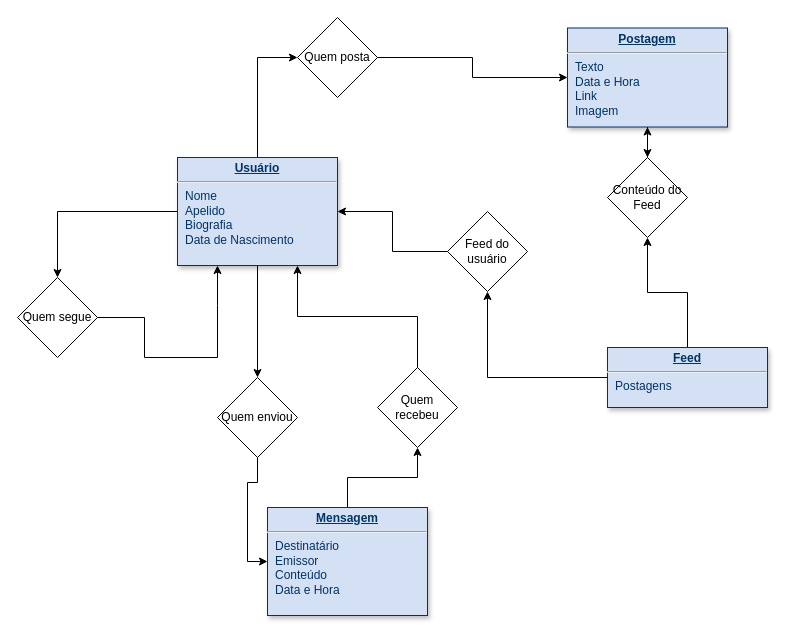
Before: Untitled Diagram.drawio in MalcoEletronics/Entrega3, a draw.io diagram. Source tidied: cells renumbered, new cells numbered last; positions are measured from the earlier drawing's top-left corner, leaving out a move shared by most shapes. Both pictures are drawn from the tidied source at 100%, with x=0, y=0 at pixel (17, 17).
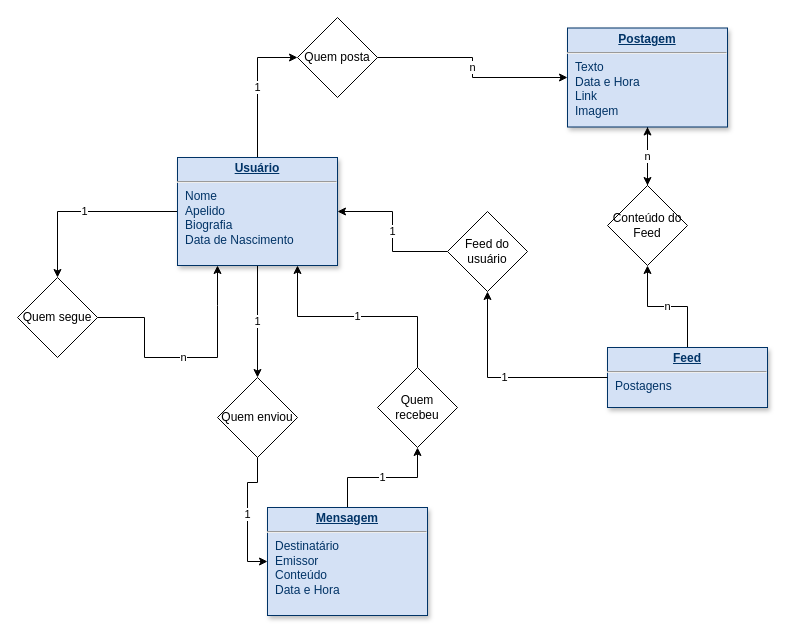
Above is the later version.

Unchanged cells that the change refers to:
```xml
<mxCell id="3" value="&lt;p style=&quot;margin: 0px ; margin-top: 4px ; text-align: center ; text-decoration: underline&quot;&gt;&lt;strong&gt;Postagem&lt;/strong&gt;&lt;/p&gt;&lt;hr&gt;&lt;p style=&quot;margin: 0px ; margin-left: 8px&quot;&gt;Texto&lt;/p&gt;&lt;p style=&quot;margin: 0px ; margin-left: 8px&quot;&gt;Data e Hora&lt;/p&gt;&lt;p style=&quot;margin: 0px ; margin-left: 8px&quot;&gt;Link&lt;/p&gt;&lt;p style=&quot;margin: 0px ; margin-left: 8px&quot;&gt;Imagem&lt;/p&gt;" style="verticalAlign=top;align=left;overflow=fill;fontSize=12;fontFamily=Helvetica;html=1;strokeColor=#003366;shadow=1;fillColor=#D4E1F5;fontColor=#003366;" parent="1" vertex="1">
  <mxGeometry x="550" y="10.5" width="160" height="99" as="geometry" />
</mxCell>
<mxCell id="7" value="&lt;p style=&quot;margin: 0px ; margin-top: 4px ; text-align: center ; text-decoration: underline&quot;&gt;&lt;strong&gt;Usuário&lt;/strong&gt;&lt;/p&gt;&lt;hr&gt;&lt;p style=&quot;margin: 0px ; margin-left: 8px&quot;&gt;Nome&lt;/p&gt;&lt;p style=&quot;margin: 0px ; margin-left: 8px&quot;&gt;Apelido&lt;/p&gt;&lt;p style=&quot;margin: 0px ; margin-left: 8px&quot;&gt;Biografia&lt;/p&gt;&lt;p style=&quot;margin: 0px ; margin-left: 8px&quot;&gt;Data de Nascimento&lt;/p&gt;" style="verticalAlign=top;align=left;overflow=fill;fontSize=12;fontFamily=Helvetica;html=1;strokeColor=#003366;shadow=1;fillColor=#D4E1F5;fontColor=#003366;" parent="1" vertex="1">
  <mxGeometry x="160" y="140" width="160" height="108" as="geometry" />
</mxCell>
<mxCell id="9" value="Quem posta" style="rhombus;whiteSpace=wrap;html=1;" parent="1" vertex="1">
  <mxGeometry x="280" width="80" height="80" as="geometry" />
</mxCell>
<mxCell id="11" value="&lt;p style=&quot;margin: 0px ; margin-top: 4px ; text-align: center ; text-decoration: underline&quot;&gt;&lt;strong&gt;Feed&lt;/strong&gt;&lt;/p&gt;&lt;hr&gt;&lt;p style=&quot;margin: 0px ; margin-left: 8px&quot;&gt;Postagens&lt;/p&gt;" style="verticalAlign=top;align=left;overflow=fill;fontSize=12;fontFamily=Helvetica;html=1;strokeColor=#003366;shadow=1;fillColor=#D4E1F5;fontColor=#003366;" parent="1" vertex="1">
  <mxGeometry x="590" y="330" width="160" height="60" as="geometry" />
</mxCell>
<mxCell id="16" value="Feed do usuário" style="rhombus;whiteSpace=wrap;html=1;" parent="1" vertex="1">
  <mxGeometry x="430" y="194" width="80" height="80" as="geometry" />
</mxCell>
<mxCell id="18" value="Quem segue" style="rhombus;whiteSpace=wrap;html=1;" parent="1" vertex="1">
  <mxGeometry y="260" width="80" height="80" as="geometry" />
</mxCell>
<mxCell id="20" value="&lt;p style=&quot;margin: 0px ; margin-top: 4px ; text-align: center ; text-decoration: underline&quot;&gt;&lt;strong&gt;Mensagem&lt;/strong&gt;&lt;/p&gt;&lt;hr&gt;&lt;p style=&quot;margin: 0px ; margin-left: 8px&quot;&gt;Destinatário&lt;/p&gt;&lt;p style=&quot;margin: 0px ; margin-left: 8px&quot;&gt;Emissor&lt;/p&gt;&lt;p style=&quot;margin: 0px ; margin-left: 8px&quot;&gt;Conteúdo&lt;/p&gt;&lt;p style=&quot;margin: 0px ; margin-left: 8px&quot;&gt;Data e Hora&lt;/p&gt;" style="verticalAlign=top;align=left;overflow=fill;fontSize=12;fontFamily=Helvetica;html=1;strokeColor=#003366;shadow=1;fillColor=#D4E1F5;fontColor=#003366;" parent="1" vertex="1">
  <mxGeometry x="250" y="490" width="160" height="108" as="geometry" />
</mxCell>
<mxCell id="22" value="Quem enviou" style="rhombus;whiteSpace=wrap;html=1;" parent="1" vertex="1">
  <mxGeometry x="200" y="360" width="80" height="80" as="geometry" />
</mxCell>
<mxCell id="24" value="Quem recebeu" style="rhombus;whiteSpace=wrap;html=1;" parent="1" vertex="1">
  <mxGeometry x="360" y="350" width="80" height="80" as="geometry" />
</mxCell>
```

Diff of the diagram source:
```diff
@@
-    <mxCell id="4" style="edgeStyle=orthogonalEdgeStyle;rounded=0;jettySize=auto;html=1;entryX=0;entryY=0.5;entryDx=0;entryDy=0;" parent="1" edge="1" source="7" target="9">
+    <mxCell id="4" value="1" style="edgeStyle=orthogonalEdgeStyle;rounded=0;jettySize=auto;html=1;entryX=0;entryY=0.5;entryDx=0;entryDy=0;" parent="1" edge="1" source="7" target="9">
       <mxGeometry relative="1" as="geometry" />
     </mxCell>
-    <mxCell id="5" style="edgeStyle=orthogonalEdgeStyle;rounded=0;jettySize=auto;html=1;entryX=0.5;entryY=0;entryDx=0;entryDy=0;" parent="1" edge="1" source="7" target="18">
+    <mxCell id="5" value="1" style="edgeStyle=orthogonalEdgeStyle;rounded=0;jettySize=auto;html=1;entryX=0.5;entryY=0;entryDx=0;entryDy=0;" parent="1" edge="1" source="7" target="18">
       <mxGeometry relative="1" as="geometry" />
     </mxCell>
-    <mxCell id="6" style="edgeStyle=orthogonalEdgeStyle;rounded=0;jettySize=auto;html=1;entryX=0.5;entryY=0;entryDx=0;entryDy=0;" parent="1" edge="1" source="7" target="22">
+    <mxCell id="6" value="1" style="edgeStyle=orthogonalEdgeStyle;rounded=0;jettySize=auto;html=1;entryX=0.5;entryY=0;entryDx=0;entryDy=0;" parent="1" edge="1" source="7" target="22">
       <mxGeometry relative="1" as="geometry" />
     </mxCell>
@@
-    <mxCell id="8" style="edgeStyle=orthogonalEdgeStyle;rounded=0;jettySize=auto;html=1;exitX=1;exitY=0.5;exitDx=0;exitDy=0;entryX=0;entryY=0.5;entryDx=0;entryDy=0;" parent="1" edge="1" source="9" target="3">
+    <mxCell id="8" value="n" style="edgeStyle=orthogonalEdgeStyle;rounded=0;jettySize=auto;html=1;exitX=1;exitY=0.5;exitDx=0;exitDy=0;entryX=0;entryY=0.5;entryDx=0;entryDy=0;" parent="1" edge="1" source="9" target="3">
       <mxGeometry relative="1" as="geometry" />
     </mxCell>
@@
-    <mxCell id="10" style="edgeStyle=orthogonalEdgeStyle;rounded=0;jettySize=auto;html=1;entryX=0.5;entryY=1;entryDx=0;entryDy=0;" parent="1" edge="1" source="11" target="13">
+    <mxCell id="10" value="n" style="edgeStyle=orthogonalEdgeStyle;rounded=0;jettySize=auto;html=1;entryX=0.5;entryY=1;entryDx=0;entryDy=0;" parent="1" edge="1" source="11" target="13">
       <mxGeometry relative="1" as="geometry" />
     </mxCell>
@@
-    <mxCell id="12" style="edgeStyle=orthogonalEdgeStyle;rounded=0;jettySize=auto;html=1;entryX=0.5;entryY=1;entryDx=0;entryDy=0;" parent="1" edge="1" source="13" target="3">
+    <mxCell id="12" value="n" style="edgeStyle=orthogonalEdgeStyle;rounded=0;jettySize=auto;html=1;entryX=0.5;entryY=1;entryDx=0;entryDy=0;" parent="1" edge="1" source="13" target="3">
       <mxGeometry relative="1" as="geometry" />
     </mxCell>
     <mxCell id="13" value="Conteúdo do Feed" style="rhombus;whiteSpace=wrap;html=1;" parent="1" vertex="1">
-      <mxGeometry x="590" y="140" width="80" height="80" as="geometry" />
+      <mxGeometry x="590" y="168" width="80" height="80" as="geometry" />
     </mxCell>
-    <mxCell id="14" style="edgeStyle=orthogonalEdgeStyle;rounded=0;jettySize=auto;html=1;exitX=0;exitY=0.5;exitDx=0;exitDy=0;" parent="1" edge="1" source="11" target="16">
+    <mxCell id="14" value="1" style="edgeStyle=orthogonalEdgeStyle;rounded=0;jettySize=auto;html=1;exitX=0;exitY=0.5;exitDx=0;exitDy=0;" parent="1" edge="1" source="11" target="16">
       <mxGeometry relative="1" as="geometry" />
     </mxCell>
-    <mxCell id="15" style="edgeStyle=orthogonalEdgeStyle;rounded=0;jettySize=auto;html=1;entryX=1;entryY=0.5;entryDx=0;entryDy=0;" parent="1" edge="1" source="16" target="7">
+    <mxCell id="15" value="1" style="edgeStyle=orthogonalEdgeStyle;rounded=0;jettySize=auto;html=1;entryX=1;entryY=0.5;entryDx=0;entryDy=0;" parent="1" edge="1" source="16" target="7">
       <mxGeometry relative="1" as="geometry" />
     </mxCell>
@@
-    <mxCell id="17" style="edgeStyle=orthogonalEdgeStyle;rounded=0;jettySize=auto;html=1;entryX=0.25;entryY=1;entryDx=0;entryDy=0;" parent="1" edge="1" source="18" target="7">
+    <mxCell id="17" value="n" style="edgeStyle=orthogonalEdgeStyle;rounded=0;jettySize=auto;html=1;entryX=0.25;entryY=1;entryDx=0;entryDy=0;" parent="1" edge="1" source="18" target="7">
       <mxGeometry relative="1" as="geometry">
         <Array as="points">
           <mxPoint x="127" y="300" />
           <mxPoint x="127" y="340" />
           <mxPoint x="200" y="340" />
           <mxPoint x="200" y="288" />
         </Array>
       </mxGeometry>
     </mxCell>
@@
-    <mxCell id="19" style="edgeStyle=orthogonalEdgeStyle;rounded=0;jettySize=auto;html=1;entryX=0.5;entryY=1;entryDx=0;entryDy=0;" parent="1" edge="1" source="20" target="24">
+    <mxCell id="19" value="1" style="edgeStyle=orthogonalEdgeStyle;rounded=0;jettySize=auto;html=1;entryX=0.5;entryY=1;entryDx=0;entryDy=0;" parent="1" edge="1" source="20" target="24">
       <mxGeometry relative="1" as="geometry" />
     </mxCell>
@@
-    <mxCell id="21" style="edgeStyle=orthogonalEdgeStyle;rounded=0;jettySize=auto;html=1;exitX=0.5;exitY=1;exitDx=0;exitDy=0;entryX=0;entryY=0.5;entryDx=0;entryDy=0;" parent="1" edge="1" source="22" target="20">
+    <mxCell id="21" value="1" style="edgeStyle=orthogonalEdgeStyle;rounded=0;jettySize=auto;html=1;exitX=0.5;exitY=1;exitDx=0;exitDy=0;entryX=0;entryY=0.5;entryDx=0;entryDy=0;" parent="1" edge="1" source="22" target="20">
       <mxGeometry relative="1" as="geometry" />
     </mxCell>
@@
-    <mxCell id="23" style="edgeStyle=orthogonalEdgeStyle;rounded=0;jettySize=auto;html=1;exitX=0.5;exitY=0;exitDx=0;exitDy=0;entryX=0.75;entryY=1;entryDx=0;entryDy=0;" parent="1" edge="1" source="24" target="7">
+    <mxCell id="23" value="1" style="edgeStyle=orthogonalEdgeStyle;rounded=0;jettySize=auto;html=1;exitX=0.5;exitY=0;exitDx=0;exitDy=0;entryX=0.75;entryY=1;entryDx=0;entryDy=0;" parent="1" edge="1" source="24" target="7">
       <mxGeometry relative="1" as="geometry" />
     </mxCell>
```
